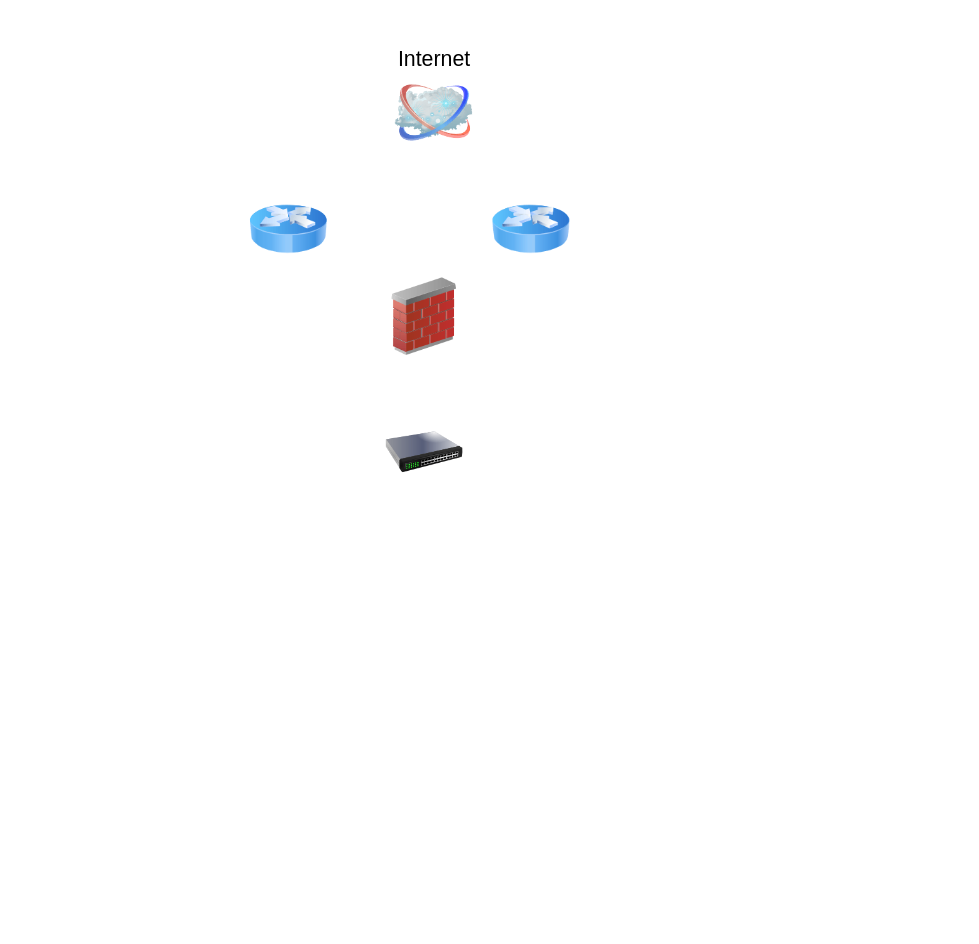
Earlier version of the draw.io diagram 1002JACANA.drawio.xml (AndradeLeandro/Andrade). Source tidied: cells renumbered, new cells numbered last; positions are measured from the earlier drawing's top-left corner, leaving out a move shared by most shapes. Both pictures are drawn from the tidied source at 97%, with x=0, y=0 at pixel (249, 74).
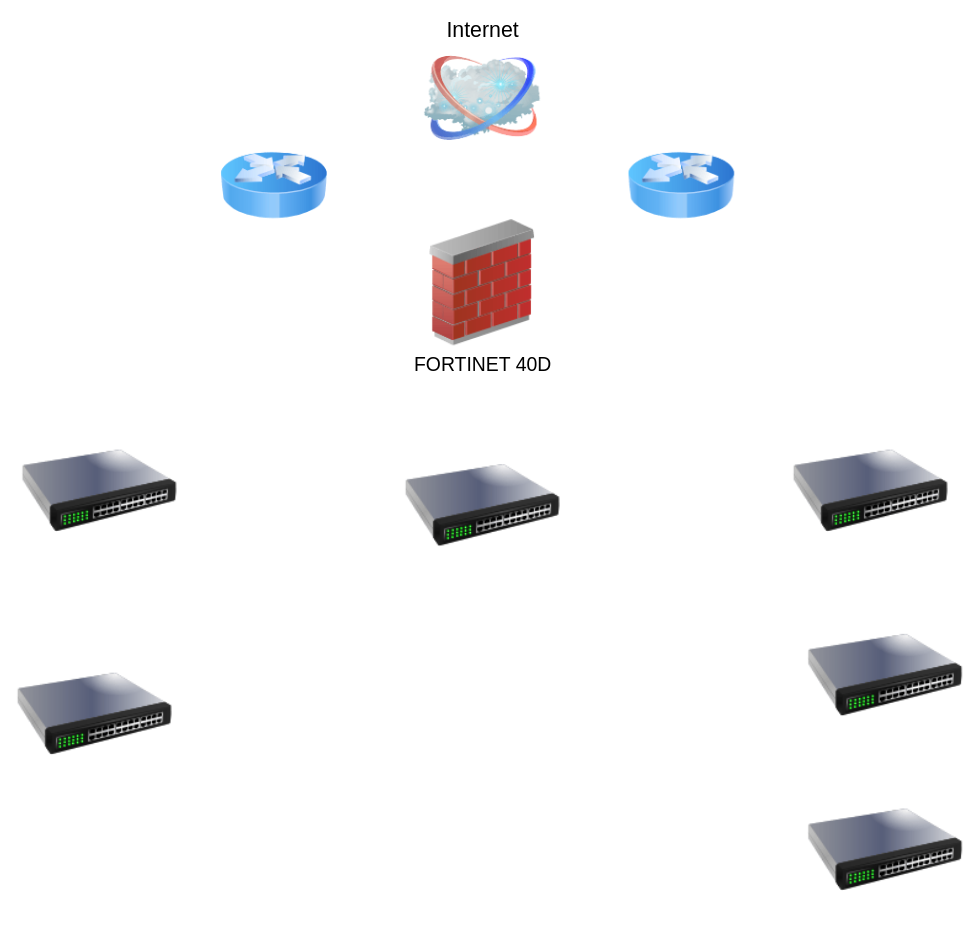
Above is the later version.

What changed in the source:
```diff
@@
 <mxGraphModel>
   <root>
     <mxCell id="0" />
     <mxCell id="1" parent="0" />
-    <mxCell id="2" value="Internet" style="image;html=1;labelBackgroundColor=#ffffff;image=img/lib/clip_art/networking/Cloud_128x128.png;rounded=1;shadow=0;comic=0;strokeWidth=2;fontSize=22;labelPosition=center;verticalLabelPosition=top;align=center;verticalAlign=bottom;" parent="1" vertex="1">
-      <mxGeometry x="150" width="80" height="80" as="geometry" />
+    <mxCell id="2" value="Internet" style="image;html=1;labelBackgroundColor=#ffffff;image=img/lib/clip_art/networking/Cloud_128x128.png;rounded=1;shadow=0;comic=0;strokeWidth=4;fontSize=22;labelPosition=center;verticalLabelPosition=top;align=center;verticalAlign=bottom;" parent="1" vertex="1">
+      <mxGeometry x="180" y="-30" width="120" height="110" as="geometry" />
     </mxCell>
-    <mxCell id="3" style="image;html=1;image=img/lib/clip_art/networking/Firewall_02_128x128.png;" parent="1" vertex="1">
-      <mxGeometry x="140" y="210" width="80" height="80" as="geometry" />
+    <mxCell id="3" value="&lt;span style=&quot;font-size: 20px&quot;&gt;FORTINET 40D&lt;/span&gt;" style="image;html=1;image=img/lib/clip_art/networking/Firewall_02_128x128.png;" parent="1" vertex="1">
+      <mxGeometry x="165" y="150" width="150" height="130" as="geometry" />
     </mxCell>
     <mxCell id="4" style="image;html=1;image=img/lib/clip_art/networking/Switch_128x128.png;" parent="1" vertex="1">
-      <mxGeometry x="140" y="350" width="80" height="80" as="geometry" />
+      <mxGeometry x="-235" y="350" width="160" height="160" as="geometry" />
     </mxCell>
-    <mxCell id="5" style="image;html=1;image=img/lib/clip_art/networking/Router_Icon_128x128.png;" parent="1" vertex="1">
-      <mxGeometry y="120" width="80" height="80" as="geometry" />
-    </mxCell>
     <mxCell id="6" style="image;html=1;image=img/lib/clip_art/networking/Router_Icon_128x128.png;" parent="1" vertex="1">
-      <mxGeometry x="250" y="120" width="80" height="80" as="geometry" />
+      <mxGeometry x="390" y="60" width="110" height="110" as="geometry" />
     </mxCell>
+    <mxCell id="7" style="image;html=1;image=img/lib/clip_art/networking/Router_Icon_128x128.png;" parent="1" vertex="1">
+      <mxGeometry x="-30" y="60" width="110" height="110" as="geometry" />
+    </mxCell>
+    <mxCell id="8" style="image;html=1;image=img/lib/clip_art/networking/Switch_128x128.png;" parent="1" vertex="1">
+      <mxGeometry x="160" y="365" width="160" height="160" as="geometry" />
+    </mxCell>
+    <mxCell id="9" style="image;html=1;image=img/lib/clip_art/networking/Switch_128x128.png;" parent="1" vertex="1">
+      <mxGeometry x="560" y="350" width="160" height="160" as="geometry" />
+    </mxCell>
+    <mxCell id="10" style="image;html=1;image=img/lib/clip_art/networking/Switch_128x128.png;" parent="1" vertex="1">
+      <mxGeometry x="-240" y="580" width="160" height="160" as="geometry" />
+    </mxCell>
+    <mxCell id="11" style="image;html=1;image=img/lib/clip_art/networking/Switch_128x128.png;" parent="1" vertex="1">
+      <mxGeometry x="575" y="540" width="160" height="160" as="geometry" />
+    </mxCell>
+    <mxCell id="12" style="image;html=1;image=img/lib/clip_art/networking/Switch_128x128.png;" parent="1" vertex="1">
+      <mxGeometry x="575" y="720" width="160" height="160" as="geometry" />
+    </mxCell>
   </root>
 </mxGraphModel>
```
